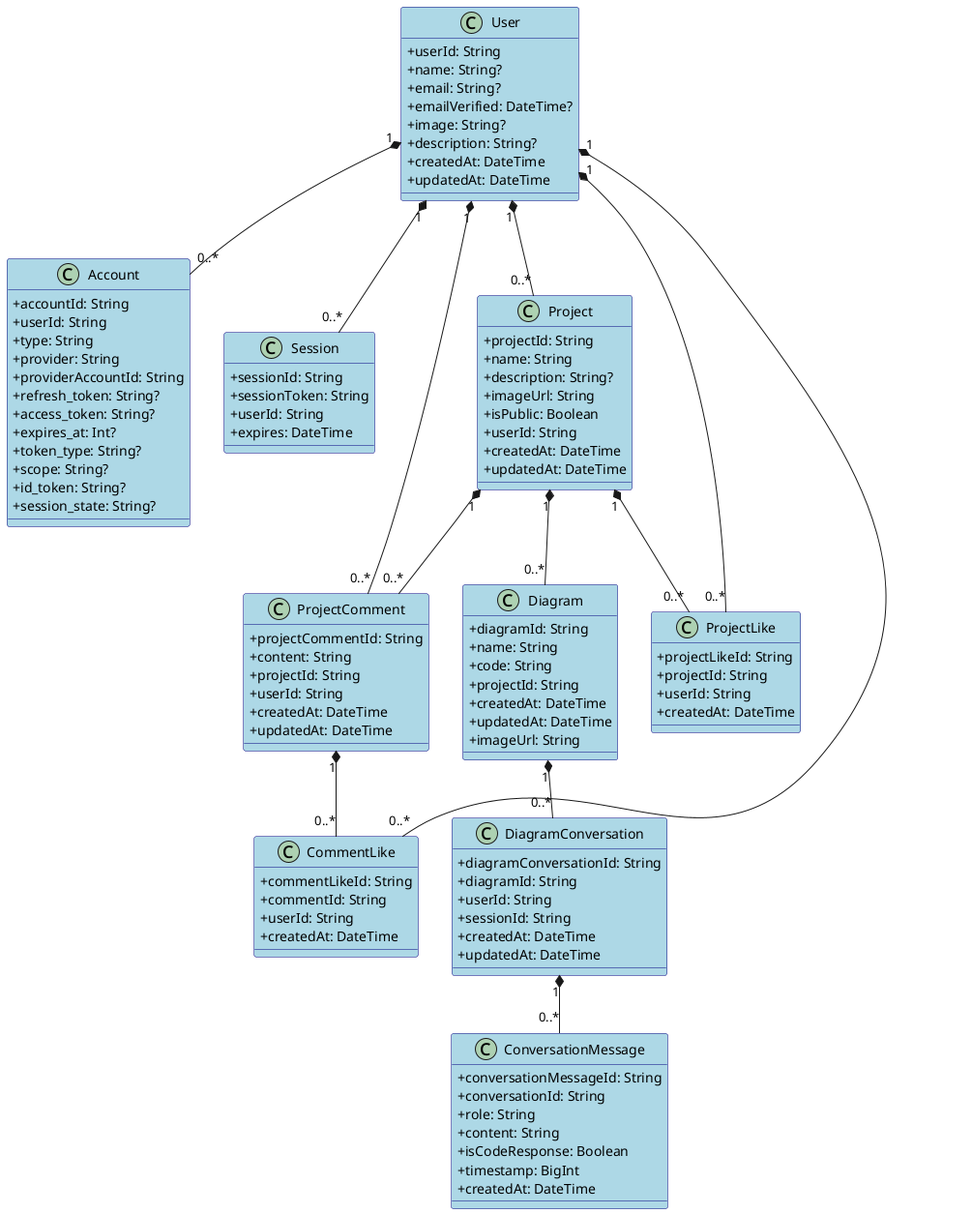
Above: conception/SprintI/global_class_diagram.png in souhaib-askri/report_pfe (PlantUML), before the change.
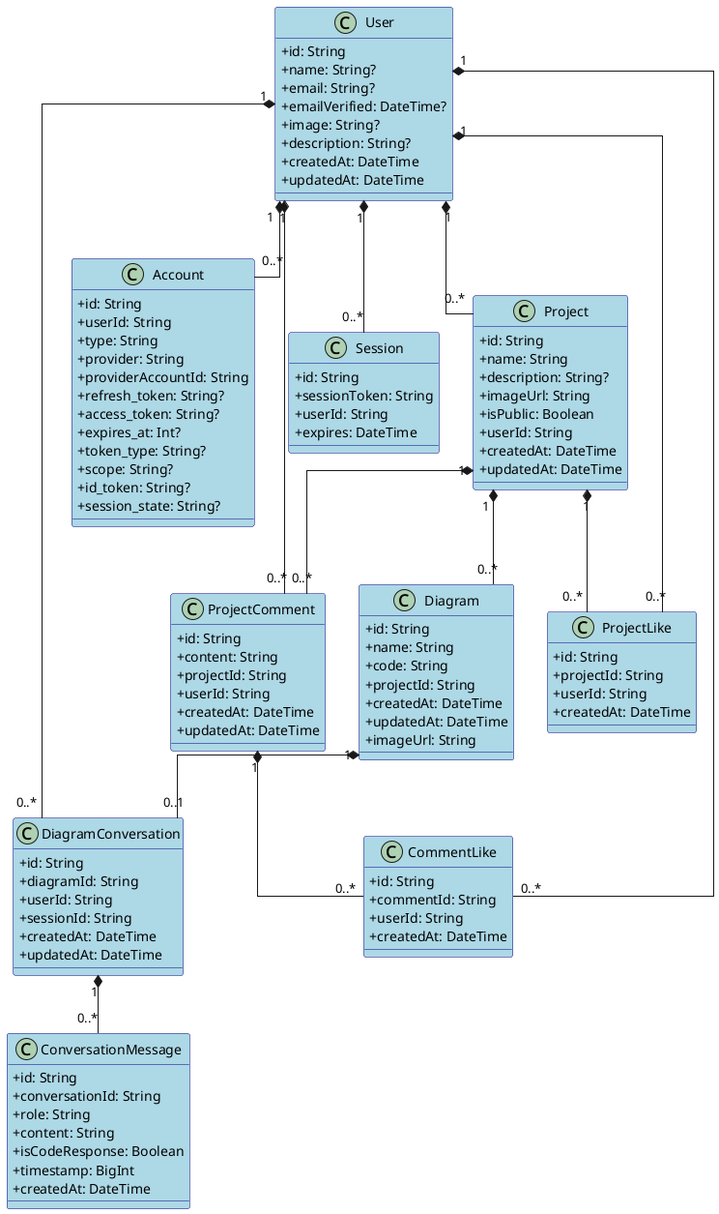
Later version of the same file.

Diff of the diagram source:
```diff
@@ -4,9 +4,10 @@
 skinparam classBorderColor Navy
 skinparam classFontColor Black
 skinparam classFontSize 14
+skinparam linetype ortho
 
 class DiagramConversation {
-+ diagramConversationId: String
++ id: String
 + diagramId: String
 + userId: String
 + sessionId: String
@@ -15,7 +16,7 @@
 }
 
 class ConversationMessage {
-+ conversationMessageId: String
++ id: String
 + conversationId: String
 + role: String
 + content: String
@@ -25,7 +26,7 @@
 }
 
 class Account {
-+ accountId: String
++ id: String
 + userId: String
 + type: String
 + provider: String
@@ -40,14 +41,14 @@
 }
 
 class Session {
-+ sessionId: String
++ id: String
 + sessionToken: String
 + userId: String
 + expires: DateTime
 }
 
 class User {
-+ userId: String
++ id: String
 + name: String?
 + email: String?
 + emailVerified: DateTime?
@@ -58,7 +59,7 @@
 }
 
 class Project {
-+ projectId: String
++ id: String
 + name: String
 + description: String?
 + imageUrl: String
@@ -69,7 +70,7 @@
 }
 
 class Diagram {
-+ diagramId: String
++ id: String
 + name: String
 + code: String
 + projectId: String
@@ -79,7 +80,7 @@
 }
 
 class ProjectComment {
-+ projectCommentId: String
++ id: String
 + content: String
 + projectId: String
 + userId: String
@@ -88,14 +89,14 @@
 }
 
 class ProjectLike {
-+ projectLikeId: String
++ id: String
 + projectId: String
 + userId: String
 + createdAt: DateTime
 }
 
 class CommentLike {
-+ commentLikeId: String
++ id: String
 + commentId: String
 + userId: String
 + createdAt: DateTime
@@ -107,14 +108,14 @@
 User "1" *-- "0..*" ProjectComment
 User "1" *-- "0..*" ProjectLike
 User "1" *-- "0..*" CommentLike
+User "1" *-- "0..*" DiagramConversation
 
 Project "1" *-- "0..*" Diagram
 Project "1" *-- "0..*" ProjectComment
 Project "1" *-- "0..*" ProjectLike
 
-Diagram "1" *-- "0..*" DiagramConversation
-
 DiagramConversation "1" *-- "0..*" ConversationMessage
+Diagram "1" *-- "0..1" DiagramConversation
 
 ProjectComment "1" *-- "0..*" CommentLike
 
```
